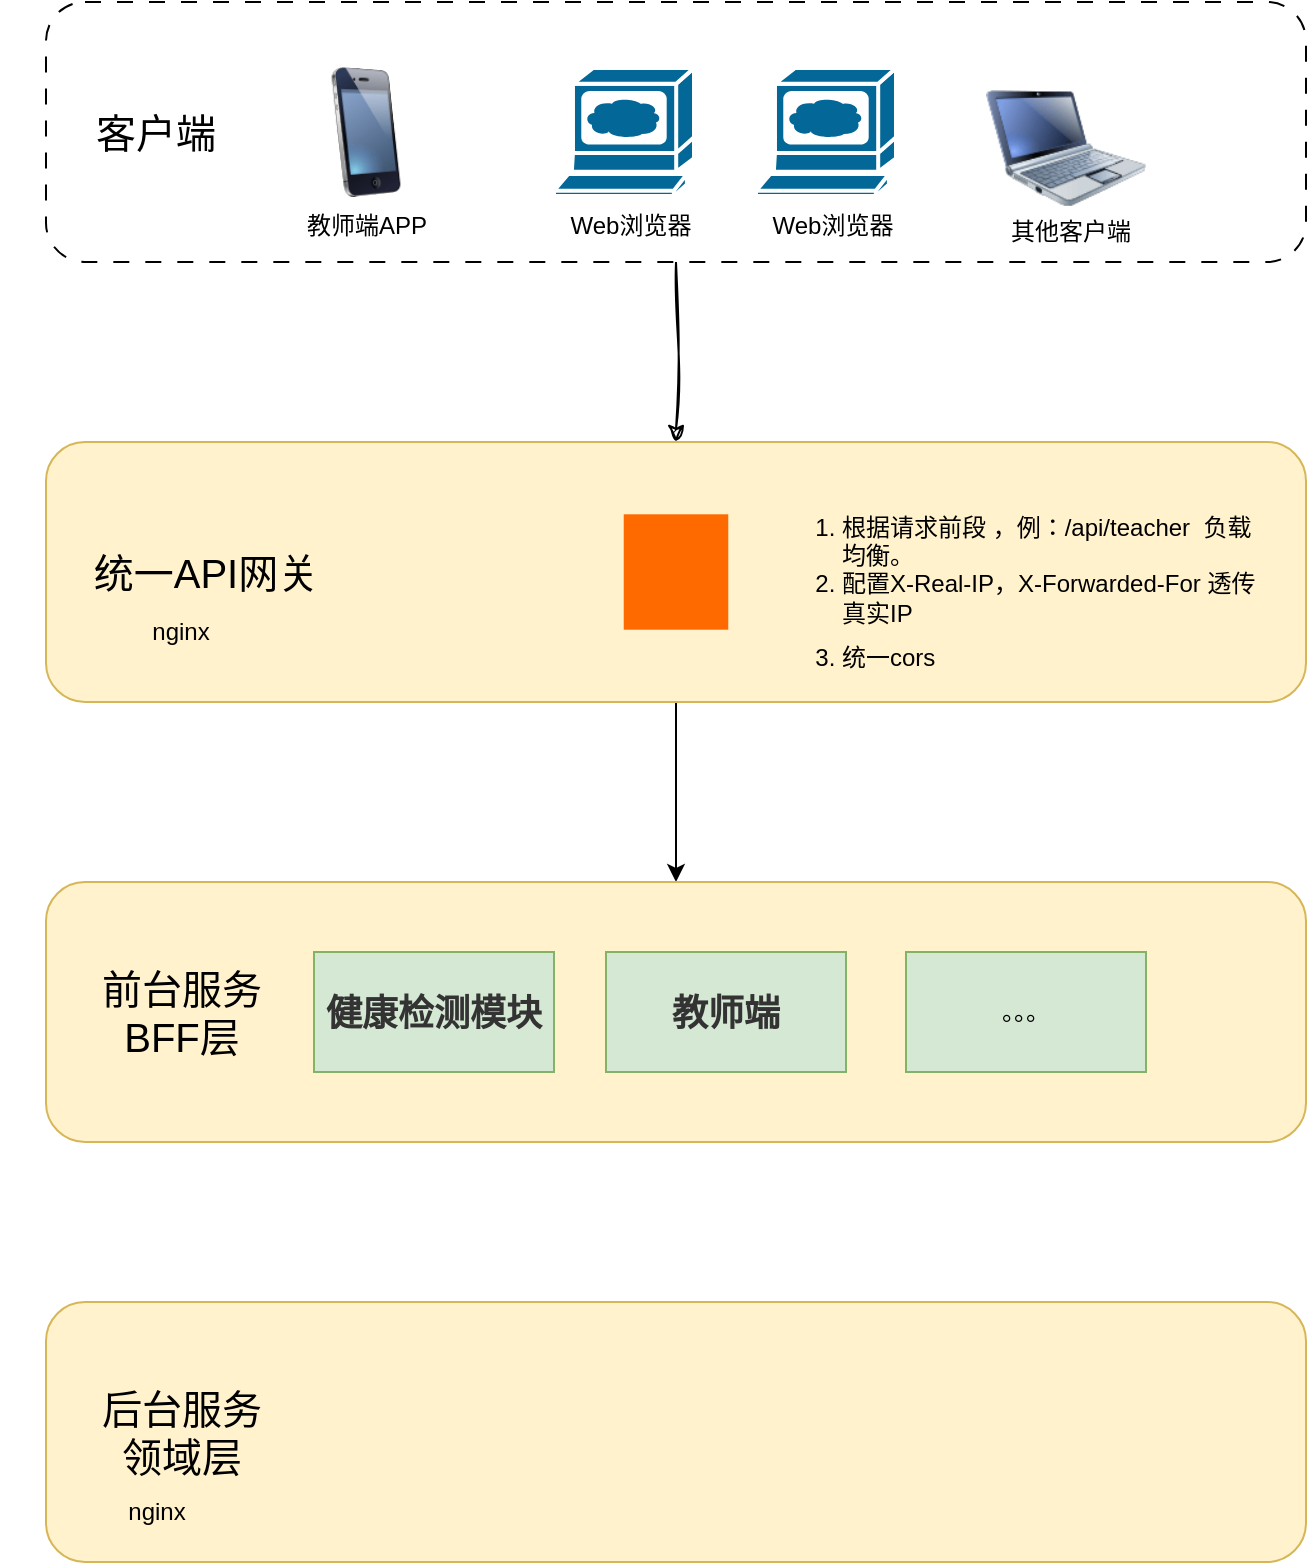
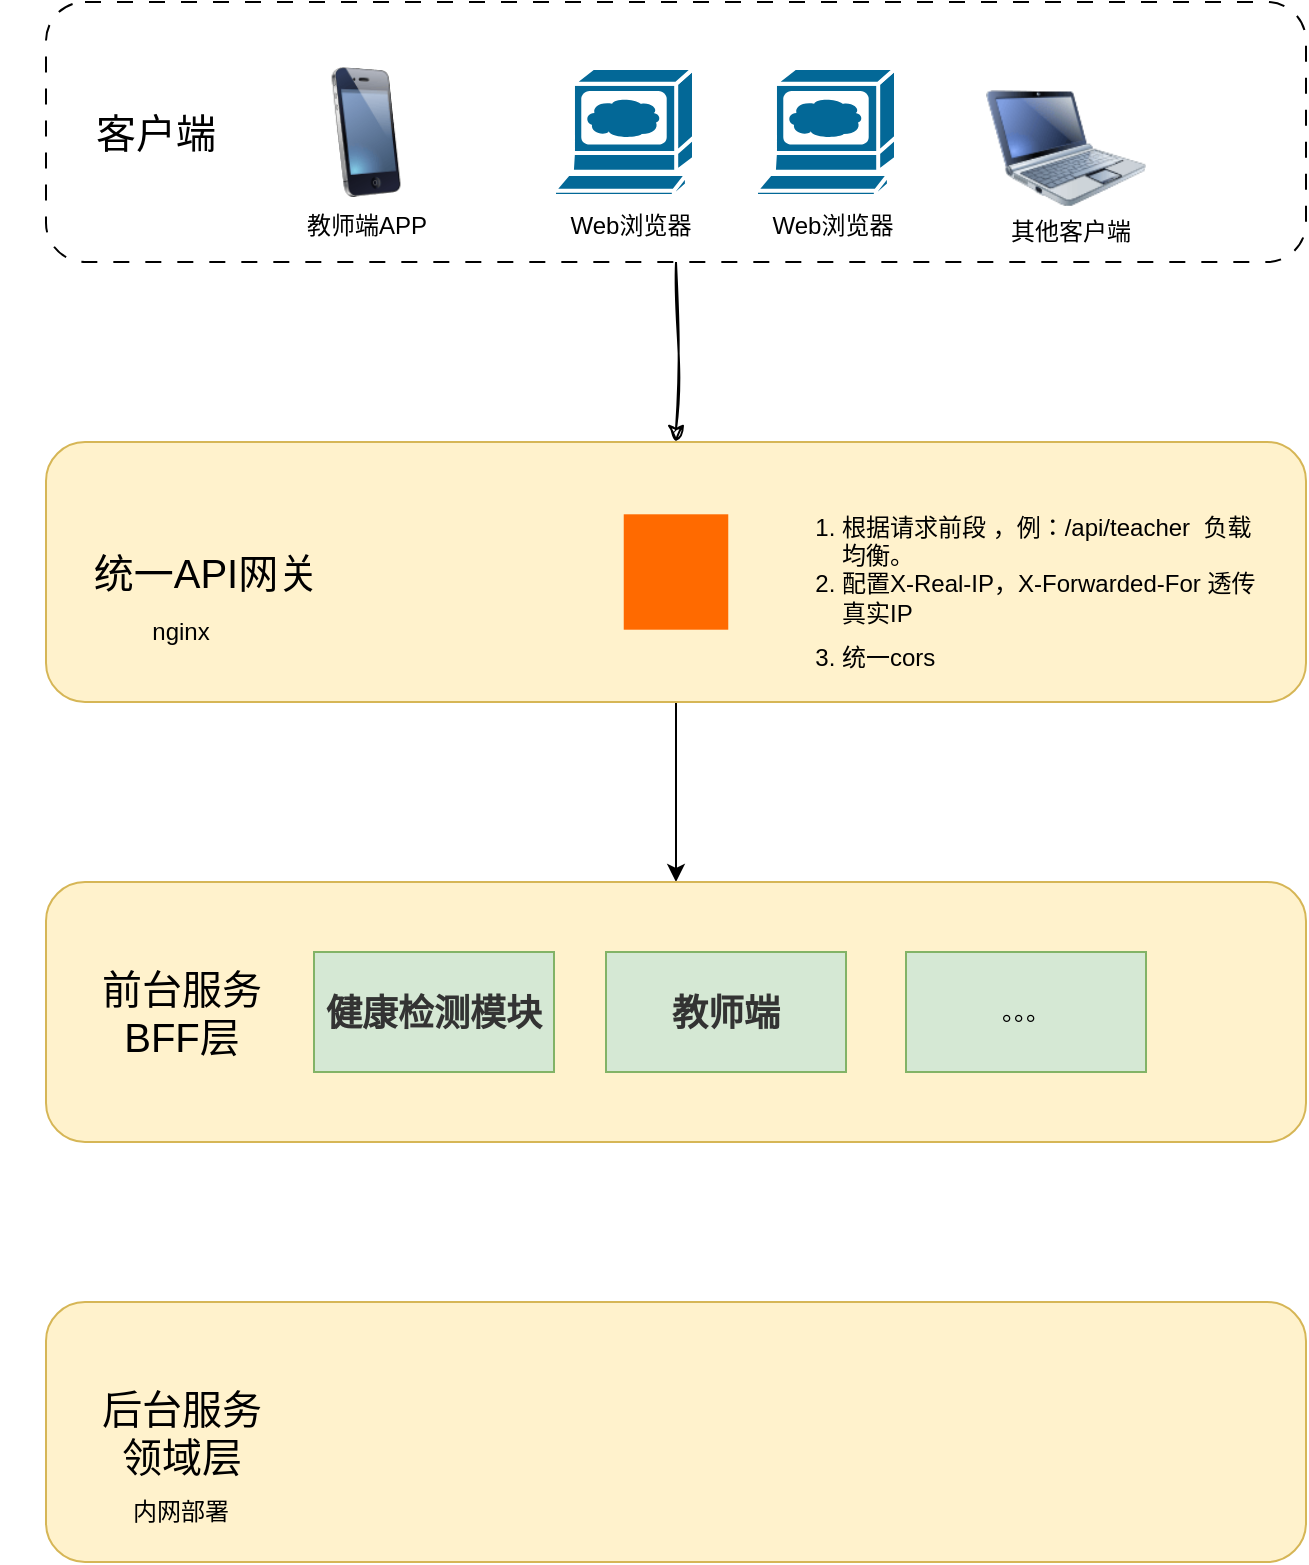
<mxfile host="app.diagrams.net" agent="5.0 (Windows NT 10.0; Win64; x64) AppleWebKit/537.36 (KHTML, like Gecko) Chrome/99.0.4844.51 Safari/537.36">
  <diagram id="piDafpqhtRUU5qUU-vj8" name="Page-1">
    <mxGraphModel dx="1417" dy="761" grid="1" gridSize="10" guides="1" tooltips="1" connect="1" arrows="1" fold="1" page="1" pageScale="1" pageWidth="827" pageHeight="1169" background="none" math="0" shadow="0">
      <root>
        <mxCell id="0" />
        <mxCell id="1" parent="0" />
        <mxCell id="-MD85wsI__NYyljHFUac-12" edge="1" parent="1" source="5cpTgLDWtTwDe1421ZuN-3" style="edgeStyle=orthogonalEdgeStyle;rounded=0;orthogonalLoop=1;jettySize=auto;html=1;shadow=0;sketch=1;curveFitting=1;jiggle=2;" target="-MD85wsI__NYyljHFUac-11">
          <mxGeometry relative="1" as="geometry" />
        </mxCell>
        <mxCell id="5cpTgLDWtTwDe1421ZuN-3" parent="1" style="rounded=1;whiteSpace=wrap;html=1;shadow=0;glass=0;dashed=1;dashPattern=8 8;" value="" vertex="1">
          <mxGeometry height="130" width="630" x="90" y="30" as="geometry" />
        </mxCell>
        <mxCell id="-MD85wsI__NYyljHFUac-2" parent="1" style="text;html=1;whiteSpace=wrap;strokeColor=none;fillColor=none;align=center;verticalAlign=middle;rounded=0;" value="&lt;font style=&quot;font-size: 20px;&quot;&gt;客户端&lt;/font&gt;" vertex="1">
          <mxGeometry height="30" width="70" x="110" y="80" as="geometry" />
        </mxCell>
        <mxCell id="-MD85wsI__NYyljHFUac-3" parent="1" style="sketch=0;html=1;pointerEvents=1;dashed=0;fillColor=#036897;strokeColor=#ffffff;strokeWidth=2;verticalLabelPosition=bottom;verticalAlign=top;align=center;outlineConnect=0;shape=mxgraph.cisco.computers_and_peripherals.web_browser;" value="" vertex="1">
          <mxGeometry height="64" width="70" x="344" y="63" as="geometry" />
        </mxCell>
        <mxCell id="-MD85wsI__NYyljHFUac-4" parent="1" style="text;html=1;whiteSpace=wrap;strokeColor=none;fillColor=none;align=center;verticalAlign=middle;rounded=0;" value="Web浏览器" vertex="1">
          <mxGeometry height="30" width="75" x="345" y="127" as="geometry" />
        </mxCell>
        <mxCell id="-MD85wsI__NYyljHFUac-5" parent="1" style="sketch=0;html=1;pointerEvents=1;dashed=0;fillColor=#036897;strokeColor=#ffffff;strokeWidth=2;verticalLabelPosition=bottom;verticalAlign=top;align=center;outlineConnect=0;shape=mxgraph.cisco.computers_and_peripherals.web_browser;" value="" vertex="1">
          <mxGeometry height="64" width="70" x="445" y="63" as="geometry" />
        </mxCell>
        <mxCell id="-MD85wsI__NYyljHFUac-6" parent="1" style="text;html=1;whiteSpace=wrap;strokeColor=none;fillColor=none;align=center;verticalAlign=middle;rounded=0;" value="Web浏览器" vertex="1">
          <mxGeometry height="30" width="75" x="446" y="127" as="geometry" />
        </mxCell>
        <mxCell id="-MD85wsI__NYyljHFUac-7" parent="1" style="image;html=1;image=img/lib/clip_art/computers/Netbook_128x128.png" value="" vertex="1">
          <mxGeometry height="80" width="80" x="560" y="63" as="geometry" />
        </mxCell>
        <mxCell id="-MD85wsI__NYyljHFUac-8" parent="1" style="image;html=1;image=img/lib/clip_art/telecommunication/iPhone_128x128.png" value="" vertex="1">
          <mxGeometry height="65" width="80" x="210" y="62.5" as="geometry" />
        </mxCell>
        <mxCell id="-MD85wsI__NYyljHFUac-9" parent="1" style="text;html=1;whiteSpace=wrap;strokeColor=none;fillColor=none;align=center;verticalAlign=middle;rounded=0;" value="教师端APP" vertex="1">
          <mxGeometry height="30" width="75" x="212.5" y="127" as="geometry" />
        </mxCell>
        <mxCell id="-MD85wsI__NYyljHFUac-10" parent="1" style="text;html=1;whiteSpace=wrap;strokeColor=none;fillColor=none;align=center;verticalAlign=middle;rounded=0;" value="其他客户端" vertex="1">
          <mxGeometry height="30" width="75" x="565" y="130" as="geometry" />
        </mxCell>
        <mxCell id="-MD85wsI__NYyljHFUac-23" edge="1" parent="1" source="-MD85wsI__NYyljHFUac-11" style="edgeStyle=orthogonalEdgeStyle;rounded=0;orthogonalLoop=1;jettySize=auto;html=1;exitX=0.5;exitY=1;exitDx=0;exitDy=0;entryX=0.5;entryY=0;entryDx=0;entryDy=0;" target="-MD85wsI__NYyljHFUac-22">
          <mxGeometry relative="1" as="geometry" />
        </mxCell>
        <mxCell id="-MD85wsI__NYyljHFUac-11" parent="1" style="rounded=1;whiteSpace=wrap;html=1;shadow=0;glass=0;fillColor=#fff2cc;strokeColor=#d6b656;" value="" vertex="1">
          <mxGeometry height="130" width="630" x="90" y="250" as="geometry" />
        </mxCell>
        <mxCell id="-MD85wsI__NYyljHFUac-13" parent="1" style="text;html=1;whiteSpace=wrap;strokeColor=none;fillColor=none;align=center;verticalAlign=middle;rounded=0;" value="&lt;span style=&quot;font-size: 20px;&quot;&gt;统一API网关&lt;/span&gt;" vertex="1">
          <mxGeometry height="30" width="180" x="80" y="300" as="geometry" />
        </mxCell>
        <mxCell id="-MD85wsI__NYyljHFUac-14" parent="1" style="text;html=1;whiteSpace=wrap;strokeColor=none;fillColor=none;align=center;verticalAlign=middle;rounded=0;" value="nginx" vertex="1">
          <mxGeometry height="30" width="75" x="120" y="330" as="geometry" />
        </mxCell>
        <mxCell id="-MD85wsI__NYyljHFUac-20" parent="1" style="points=[];aspect=fixed;html=1;align=center;shadow=0;dashed=0;fillColor=#FF6A00;strokeColor=none;shape=mxgraph.alibaba_cloud.ehpc_elastic_high_performance_computing;" value="" vertex="1">
          <mxGeometry height="57.7" width="52.26" x="378.87" y="286.15" as="geometry" />
        </mxCell>
        <mxCell id="-MD85wsI__NYyljHFUac-21" parent="1" style="text;html=1;whiteSpace=wrap;strokeColor=none;fillColor=none;align=left;verticalAlign=middle;rounded=0;" value="&lt;ol&gt;&lt;li&gt;&lt;span style=&quot;background-color: transparent; color: light-dark(rgb(0, 0, 0), rgb(255, 255, 255));&quot;&gt;根据请求前段 ，例：/api/teacher&amp;nbsp; 负载均衡。&lt;/span&gt;&lt;/li&gt;&lt;li class=&quot;md-list-item md-focus-container&quot; style=&quot;box-sizing: border-box; margin: 0px; position: relative;&quot;&gt;&lt;p class=&quot;md-end-block md-p md-focus&quot; style=&quot;box-sizing: border-box; line-height: inherit; orphans: 4; margin: 0px 0px 0.5rem; white-space: pre-wrap; position: relative;&quot;&gt;&lt;span class=&quot;md-plain md-expand&quot; style=&quot;box-sizing: border-box;&quot;&gt;配置X-Real-IP，X-Forwarded-For 透传真实IP&lt;/span&gt;&lt;/p&gt;&lt;/li&gt;&lt;li class=&quot;md-list-item md-focus-container&quot; style=&quot;box-sizing: border-box; margin: 0px; position: relative;&quot;&gt;&lt;p class=&quot;md-end-block md-p md-focus&quot; style=&quot;box-sizing: border-box; line-height: inherit; orphans: 4; margin: 0px 0px 0.5rem; white-space: pre-wrap; position: relative;&quot;&gt;统一cors&lt;/p&gt;&lt;/li&gt;&lt;/ol&gt;" vertex="1">
          <mxGeometry height="90" width="254" x="446" y="280" as="geometry" />
        </mxCell>
        <mxCell id="-MD85wsI__NYyljHFUac-22" parent="1" style="rounded=1;whiteSpace=wrap;html=1;shadow=0;glass=0;fillColor=#fff2cc;strokeColor=#d6b656;" value="" vertex="1">
          <mxGeometry height="130" width="630" x="90" y="470" as="geometry" />
        </mxCell>
        <mxCell id="-MD85wsI__NYyljHFUac-24" parent="1" style="text;html=1;whiteSpace=wrap;strokeColor=none;fillColor=none;align=center;verticalAlign=middle;rounded=0;" value="&lt;span style=&quot;font-size: 20px;&quot;&gt;前台服务&lt;/span&gt;&lt;div&gt;&lt;span style=&quot;font-size: 20px;&quot;&gt;BFF层&lt;/span&gt;&lt;/div&gt;" vertex="1">
          <mxGeometry height="60" width="180" x="67.5" y="505" as="geometry" />
        </mxCell>
        <mxCell id="-MD85wsI__NYyljHFUac-25" parent="1" style="rounded=0;whiteSpace=wrap;html=1;fillColor=#d5e8d4;strokeColor=#82b366;" value="&lt;h3 class=&quot;md-end-block md-heading&quot; style=&quot;box-sizing: border-box; break-after: avoid-page; break-inside: avoid; orphans: 4; font-size: 1.5em; margin-top: 1rem; margin-bottom: 1rem; position: relative; line-height: 1.43; cursor: text; white-space: pre-wrap; color: rgb(51, 51, 51); font-family: &amp;quot;Open Sans&amp;quot;, &amp;quot;Clear Sans&amp;quot;, &amp;quot;Helvetica Neue&amp;quot;, Helvetica, Arial, &amp;quot;Segoe UI Emoji&amp;quot;, sans-serif; text-align: start;&quot;&gt;&lt;span class=&quot;md-plain&quot; style=&quot;box-sizing: border-box;&quot;&gt;健康检测模块&lt;/span&gt;&lt;/h3&gt;" vertex="1">
          <mxGeometry height="60" width="120" x="224" y="505" as="geometry" />
        </mxCell>
        <mxCell id="-MD85wsI__NYyljHFUac-26" parent="1" style="rounded=0;whiteSpace=wrap;html=1;fillColor=#d5e8d4;strokeColor=#82b366;" value="&lt;h3 class=&quot;md-end-block md-heading&quot; style=&quot;box-sizing: border-box; break-after: avoid-page; break-inside: avoid; orphans: 4; font-size: 1.5em; margin-top: 1rem; margin-bottom: 1rem; position: relative; line-height: 1.43; cursor: text; white-space: pre-wrap; outline: 0px; box-shadow: none; color: rgb(51, 51, 51); font-family: &amp;quot;Open Sans&amp;quot;, &amp;quot;Clear Sans&amp;quot;, &amp;quot;Helvetica Neue&amp;quot;, Helvetica, Arial, &amp;quot;Segoe UI Emoji&amp;quot;, sans-serif; text-align: start;&quot;&gt;&lt;span class=&quot;md-plain&quot; style=&quot;box-sizing: border-box;&quot;&gt;教师端&lt;/span&gt;&lt;/h3&gt;" vertex="1">
          <mxGeometry height="60" width="120" x="370" y="505" as="geometry" />
        </mxCell>
        <mxCell id="-MD85wsI__NYyljHFUac-27" parent="1" style="rounded=0;whiteSpace=wrap;html=1;fillColor=#d5e8d4;strokeColor=#82b366;" value="。。。" vertex="1">
          <mxGeometry height="60" width="120" x="520" y="505" as="geometry" />
        </mxCell>
        <mxCell id="-MD85wsI__NYyljHFUac-28" parent="1" style="rounded=1;whiteSpace=wrap;html=1;shadow=0;glass=0;fillColor=#fff2cc;strokeColor=#d6b656;" value="" vertex="1">
          <mxGeometry height="130" width="630" x="90" y="680" as="geometry" />
        </mxCell>
        <mxCell id="-MD85wsI__NYyljHFUac-29" parent="1" style="text;html=1;whiteSpace=wrap;strokeColor=none;fillColor=none;align=center;verticalAlign=middle;rounded=0;" value="&lt;span style=&quot;font-size: 20px;&quot;&gt;后台服务&lt;/span&gt;&lt;div&gt;&lt;span style=&quot;font-size: 20px;&quot;&gt;领域层&lt;/span&gt;&lt;/div&gt;" vertex="1">
          <mxGeometry height="60" width="180" x="67.5" y="715" as="geometry" />
        </mxCell>
-         <mxCell id="-MD85wsI__NYyljHFUac-30" parent="1" style="text;html=1;whiteSpace=wrap;strokeColor=none;fillColor=none;align=center;verticalAlign=middle;rounded=0;" value="nginx" vertex="1">
-           <mxGeometry height="30" width="75" x="107.5" y="770" as="geometry" />
+         <mxCell id="-MD85wsI__NYyljHFUac-30" parent="1" style="text;html=1;whiteSpace=wrap;strokeColor=none;fillColor=none;align=center;verticalAlign=middle;rounded=0;" value="内网部署" vertex="1">
+           <mxGeometry height="30" width="75" x="120" y="770" as="geometry" />
        </mxCell>
      </root>
    </mxGraphModel>
  </diagram>
</mxfile>
